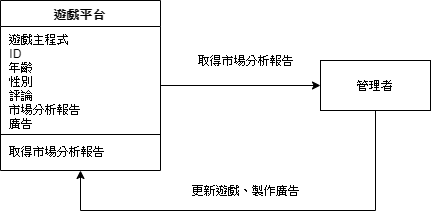
Earlier version of the draw.io export 市場分析初步類別圖.png (0624036/0624036_OO). Source tidied: cells renumbered, new cells last; positions are measured from the earlier drawing's top-left corner, leaving out a move shared by most shapes.
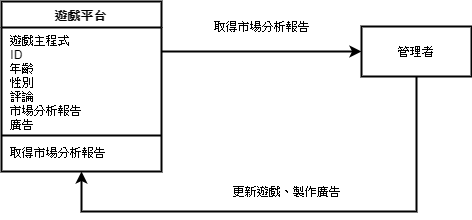
After the change.

Commit message:
Added 市場分析初步類別圖.png

Diff of the diagram source:
```diff
@@ -2,37 +2,42 @@
   <root>
     <mxCell id="0" />
     <mxCell id="1" parent="0" />
-    <mxCell id="2" style="edgeStyle=orthogonalEdgeStyle;rounded=0;jettySize=auto;html=1;" parent="1" edge="1" source="3" target="7">
-      <mxGeometry relative="1" as="geometry" />
+    <mxCell id="2" style="edgeStyle=orthogonalEdgeStyle;rounded=0;jettySize=auto;html=1;strokeWidth=2;" parent="1" edge="1" source="3" target="7">
+      <mxGeometry relative="1" as="geometry">
+        <Array as="points">
+          <mxPoint x="260" y="50" />
+          <mxPoint x="260" y="50" />
+        </Array>
+      </mxGeometry>
     </mxCell>
-    <mxCell id="3" value="遊戲平台" style="swimlane;fontStyle=1;align=center;verticalAlign=top;horizontal=1;startSize=26;" parent="1" vertex="1">
-      <mxGeometry width="160" height="170" as="geometry" />
+    <mxCell id="3" value="遊戲平台" style="swimlane;fontStyle=1;align=center;verticalAlign=top;horizontal=1;startSize=26;strokeWidth=2;" parent="1" vertex="1">
+      <mxGeometry x="40" width="160" height="170" as="geometry" />
     </mxCell>
-    <mxCell id="4" value=" 遊戲主程式&#10; ID&#10; 年齡&#10; 性別&#10; 評論&#10; 市場分析報告&#10; 廣告" style="text;strokeColor=none;fillColor=none;align=left;verticalAlign=top;spacingLeft=4;spacingRight=4;overflow=hidden;" parent="3" vertex="1">
+    <mxCell id="4" value=" 遊戲主程式&#10; ID&#10; 年齡&#10; 性別&#10; 評論&#10; 市場分析報告&#10; 廣告" style="text;strokeColor=none;fillColor=none;align=left;verticalAlign=top;spacingLeft=4;spacingRight=4;overflow=hidden;strokeWidth=2;" parent="3" vertex="1">
       <mxGeometry y="26" width="160" height="104" as="geometry" />
     </mxCell>
-    <mxCell id="5" style="line;strokeWidth=1;fillColor=none;align=left;verticalAlign=middle;spacingTop=-1;spacingLeft=3;spacingRight=3;labelPosition=right;" parent="3" vertex="1">
+    <mxCell id="5" style="line;strokeWidth=2;fillColor=none;align=left;verticalAlign=middle;spacingTop=-1;spacingLeft=3;spacingRight=3;labelPosition=right;" parent="3" vertex="1">
       <mxGeometry y="130" width="160" height="8" as="geometry" />
     </mxCell>
-    <mxCell id="6" value=" 取得市場分析報告" style="text;strokeColor=none;fillColor=none;align=left;verticalAlign=top;spacingLeft=4;spacingRight=4;overflow=hidden;" parent="3" vertex="1">
+    <mxCell id="6" value=" 取得市場分析報告" style="text;strokeColor=none;fillColor=none;align=left;verticalAlign=top;spacingLeft=4;spacingRight=4;overflow=hidden;strokeWidth=2;" parent="3" vertex="1">
       <mxGeometry y="138" width="160" height="32" as="geometry" />
     </mxCell>
-    <mxCell id="7" value="管理者" style="html=1;" parent="1" vertex="1">
-      <mxGeometry x="320" y="60" width="110" height="50" as="geometry" />
+    <mxCell id="7" value="管理者" style="html=1;strokeWidth=2;" parent="1" vertex="1">
+      <mxGeometry x="400" y="25" width="110" height="50" as="geometry" />
     </mxCell>
-    <mxCell id="8" value="取得市場分析報告" style="text;html=1;strokeColor=none;fillColor=none;align=center;verticalAlign=middle;whiteSpace=wrap;rounded=0;" parent="1" vertex="1">
-      <mxGeometry x="180" y="50" width="130" height="20" as="geometry" />
+    <mxCell id="8" value="取得市場分析報告" style="text;html=1;strokeColor=none;fillColor=none;align=center;verticalAlign=middle;whiteSpace=wrap;rounded=0;strokeWidth=2;" parent="1" vertex="1">
+      <mxGeometry x="235" y="15" width="130" height="20" as="geometry" />
     </mxCell>
-    <mxCell id="9" style="edgeStyle=orthogonalEdgeStyle;rounded=0;jettySize=auto;html=1;exitX=0.5;exitY=1;exitDx=0;exitDy=0;" parent="1" edge="1" source="7" target="3">
+    <mxCell id="9" style="edgeStyle=orthogonalEdgeStyle;rounded=0;jettySize=auto;html=1;exitX=0.5;exitY=1;exitDx=0;exitDy=0;strokeWidth=2;" parent="1" edge="1" source="7" target="3">
       <mxGeometry relative="1" as="geometry">
         <Array as="points">
-          <mxPoint x="375" y="210" />
-          <mxPoint x="80" y="210" />
+          <mxPoint x="455" y="210" />
+          <mxPoint x="120" y="210" />
         </Array>
       </mxGeometry>
     </mxCell>
-    <mxCell id="10" value="更新遊戲、製作廣告" style="text;html=1;strokeColor=none;fillColor=none;align=center;verticalAlign=middle;whiteSpace=wrap;rounded=0;" parent="1" vertex="1">
-      <mxGeometry x="180" y="180" width="130" height="20" as="geometry" />
+    <mxCell id="10" value="更新遊戲、製作廣告" style="text;html=1;strokeColor=none;fillColor=none;align=center;verticalAlign=middle;whiteSpace=wrap;rounded=0;strokeWidth=2;" parent="1" vertex="1">
+      <mxGeometry x="260" y="180" width="130" height="20" as="geometry" />
     </mxCell>
   </root>
 </mxGraphModel>
```
